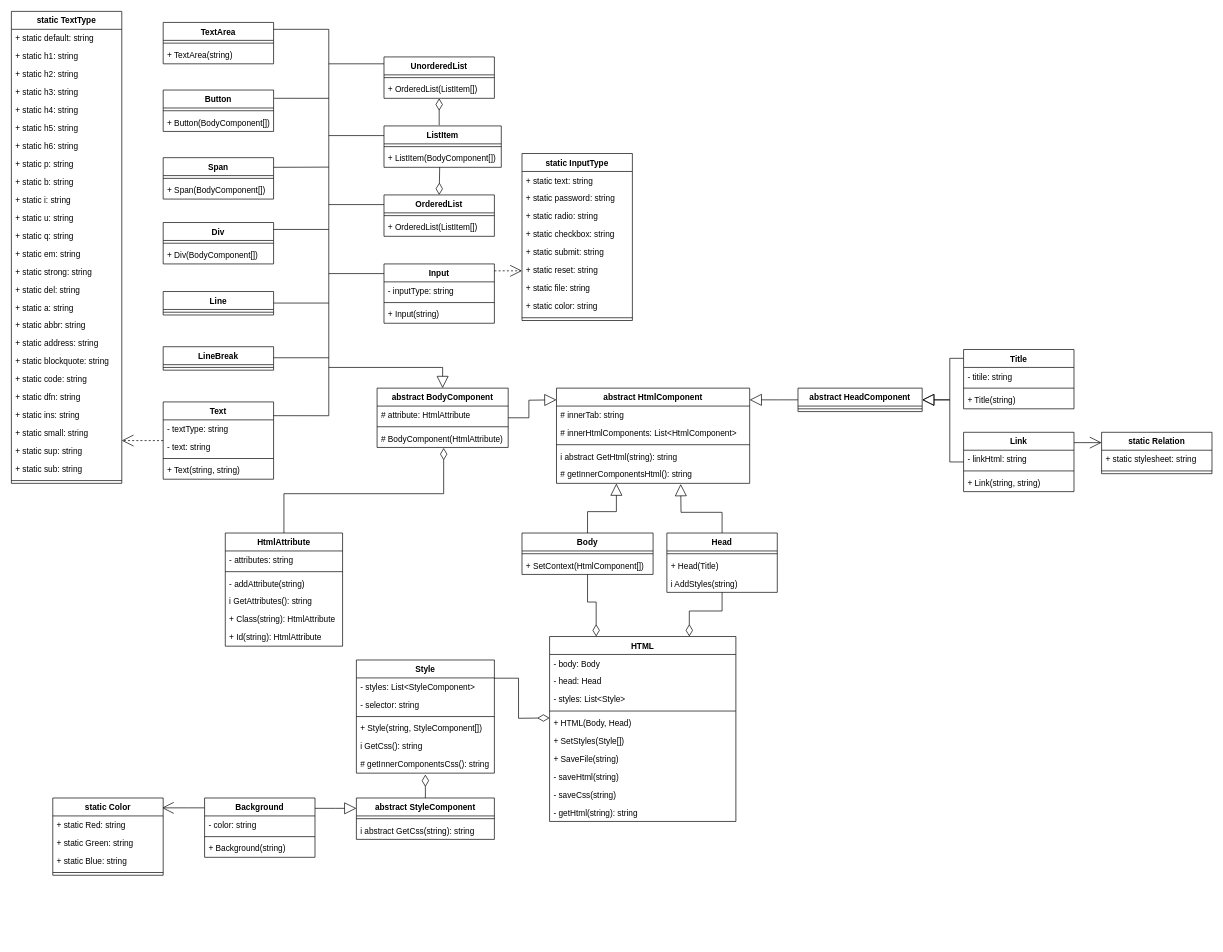
Before: Class structure.drawio in Vitaly05/html-creator-library, a draw.io diagram. Source tidied: cells renumbered, new cells numbered last; positions are measured from the earlier drawing's top-left corner, leaving out a move shared by most shapes. Both pictures are drawn from the tidied source at 69%, with x=0, y=0 at pixel (11, 11).
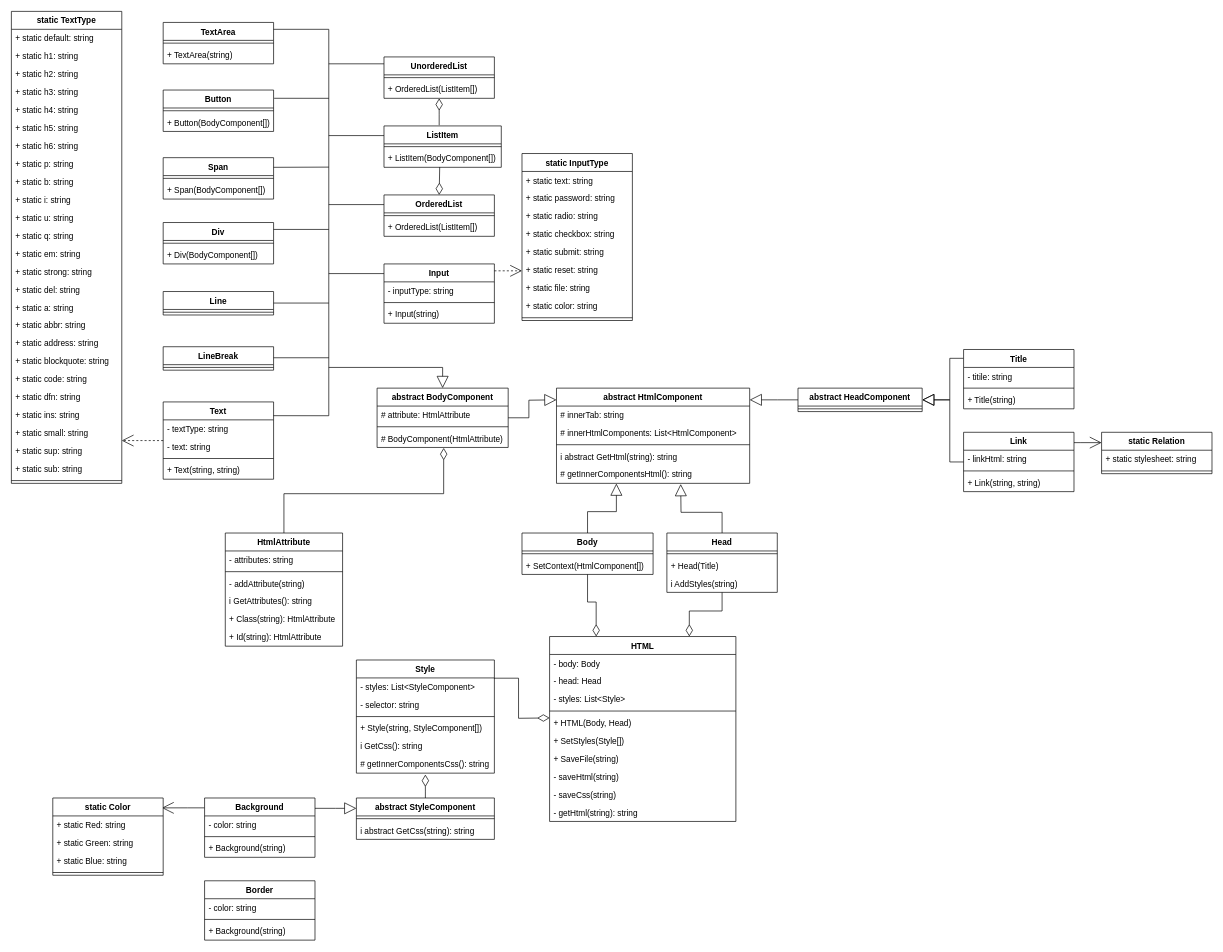
After the change.

Diff of the diagram source:
```diff
@@
+    <mxCell id="171" value="Border" style="swimlane;fontStyle=1;align=center;verticalAlign=top;horizontal=1;startSize=26;" parent="1" vertex="1">
+      <mxGeometry x="280" y="1260" width="160" height="86" as="geometry" />
+    </mxCell>
+    <mxCell id="172" value="- color: string" style="text;strokeColor=none;fillColor=none;align=left;verticalAlign=top;spacingLeft=4;spacingRight=4;overflow=hidden;" parent="171" vertex="1">
+      <mxGeometry y="26" width="160" height="26" as="geometry" />
+    </mxCell>
+    <mxCell id="173" style="line;strokeWidth=1;fillColor=none;align=left;verticalAlign=middle;spacingTop=-1;spacingLeft=3;spacingRight=3;labelPosition=right;" parent="171" vertex="1">
+      <mxGeometry y="52" width="160" height="8" as="geometry" />
+    </mxCell>
+    <mxCell id="174" value="+ Background(string)" style="text;strokeColor=none;fillColor=none;align=left;verticalAlign=top;spacingLeft=4;spacingRight=4;overflow=hidden;" parent="171" vertex="1">
+      <mxGeometry y="60" width="160" height="26" as="geometry" />
+    </mxCell>
```
